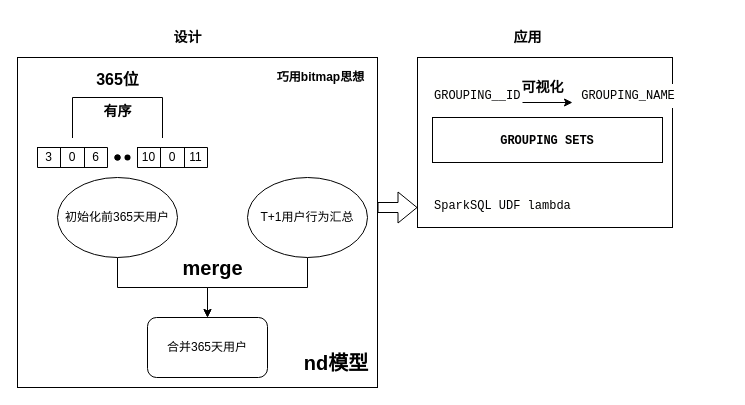
The draw.io diagram nd模型原理图.drawio in mineminemine123/work-wiki, before the edit. Source tidied: cells renumbered, new cells numbered last; positions are measured from the earlier drawing's top-left corner, leaving out a move shared by most shapes. Both pictures are drawn from the tidied source at 100%, with x=0, y=0 at pixel (17, 17).
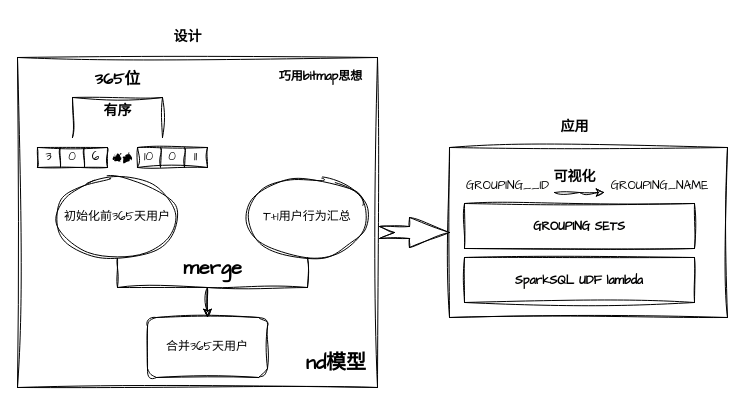
After the change.

Commit message:
更新nd模型原理图.drawio

What changed in the source:
```diff
@@
-    <mxCell id="2" style="rounded=0;whiteSpace=wrap;html=1;fontSize=14;fontColor=#000000;" parent="1" vertex="1">
-      <mxGeometry x="400" y="40" width="255" height="170" as="geometry" />
+    <mxCell id="2" style="rounded=0;whiteSpace=wrap;html=1;fontSize=14;fontColor=#000000;fontFamily=Comic Sans MS;sketch=1;curveFitting=1;jiggle=2;" parent="1" vertex="1">
+      <mxGeometry x="432" y="130" width="278" height="170" as="geometry" />
     </mxCell>
-    <mxCell id="3" style="rounded=0;whiteSpace=wrap;html=1;" parent="1" vertex="1">
+    <mxCell id="3" style="rounded=0;whiteSpace=wrap;html=1;fontFamily=Comic Sans MS;sketch=1;curveFitting=1;jiggle=2;" parent="1" vertex="1">
       <mxGeometry y="40" width="360" height="330" as="geometry" />
     </mxCell>
-    <mxCell id="4" style="edgeStyle=orthogonalEdgeStyle;rounded=0;jettySize=auto;html=1;exitX=0.5;exitY=1;exitDx=0;exitDy=0;" parent="1" edge="1" source="5" target="23">
+    <mxCell id="4" style="edgeStyle=orthogonalEdgeStyle;rounded=0;jettySize=auto;html=1;exitX=0.5;exitY=1;exitDx=0;exitDy=0;fontFamily=Comic Sans MS;sketch=1;curveFitting=1;jiggle=2;" parent="1" edge="1" source="5" target="23">
       <mxGeometry relative="1" as="geometry" />
     </mxCell>
-    <mxCell id="5" value="初始化前365天用户" style="ellipse;whiteSpace=wrap;html=1;" parent="1" vertex="1">
+    <mxCell id="5" value="初始化前365天用户" style="ellipse;whiteSpace=wrap;html=1;fontFamily=Comic Sans MS;sketch=1;curveFitting=1;jiggle=2;" parent="1" vertex="1">
       <mxGeometry x="40" y="160" width="120" height="80" as="geometry" />
     </mxCell>
-    <mxCell id="6" style="edgeStyle=orthogonalEdgeStyle;rounded=0;jettySize=auto;html=1;exitX=0.5;exitY=1;exitDx=0;exitDy=0;entryX=0.5;entryY=0;entryDx=0;entryDy=0;" parent="1" edge="1" source="7" target="23">
+    <mxCell id="6" style="edgeStyle=orthogonalEdgeStyle;rounded=0;jettySize=auto;html=1;exitX=0.5;exitY=1;exitDx=0;exitDy=0;entryX=0.5;entryY=0;entryDx=0;entryDy=0;fontFamily=Comic Sans MS;sketch=1;curveFitting=1;jiggle=2;" parent="1" edge="1" source="7" target="23">
       <mxGeometry relative="1" as="geometry" />
     </mxCell>
-    <mxCell id="7" value="T+1用户行为汇总" style="ellipse;whiteSpace=wrap;html=1;" parent="1" vertex="1">
+    <mxCell id="7" value="T+1用户行为汇总" style="ellipse;whiteSpace=wrap;html=1;fontFamily=Comic Sans MS;sketch=1;curveFitting=1;jiggle=2;" parent="1" vertex="1">
       <mxGeometry x="230" y="160" width="120" height="80" as="geometry" />
     </mxCell>
-    <mxCell id="8" style="shape=table;html=1;whiteSpace=wrap;startSize=0;childLayout=tableLayout;" parent="1" vertex="1">
+    <mxCell id="8" style="shape=table;html=1;whiteSpace=wrap;startSize=0;childLayout=tableLayout;fontFamily=Comic Sans MS;sketch=1;curveFitting=1;jiggle=2;" parent="1" vertex="1">
       <mxGeometry x="20" y="130" width="70" height="20" as="geometry" />
     </mxCell>
-    <mxCell id="9" style="shape=tableRow;horizontal=0;startSize=0;swimlaneHead=0;swimlaneBody=0;top=0;left=0;bottom=0;right=0;fillColor=none;" parent="8" vertex="1">
+    <mxCell id="9" style="shape=tableRow;horizontal=0;startSize=0;swimlaneHead=0;swimlaneBody=0;top=0;left=0;bottom=0;right=0;fillColor=none;fontFamily=Comic Sans MS;sketch=1;curveFitting=1;jiggle=2;" parent="8" vertex="1">
       <mxGeometry width="70" height="20" as="geometry" />
     </mxCell>
-    <mxCell id="10" value="3" style="shape=partialRectangle;html=1;whiteSpace=wrap;fillColor=none;top=0;left=0;bottom=0;right=0;overflow=hidden;" parent="9" vertex="1">
+    <mxCell id="10" value="3" style="shape=partialRectangle;html=1;whiteSpace=wrap;fillColor=none;top=0;left=0;bottom=0;right=0;overflow=hidden;fontFamily=Comic Sans MS;sketch=1;curveFitting=1;jiggle=2;" parent="9" vertex="1">
       <mxGeometry width="23" height="20" as="geometry" />
     </mxCell>
-    <mxCell id="11" value="0" style="shape=partialRectangle;html=1;whiteSpace=wrap;fillColor=none;top=0;left=0;bottom=0;right=0;overflow=hidden;" parent="9" vertex="1">
+    <mxCell id="11" value="0" style="shape=partialRectangle;html=1;whiteSpace=wrap;fillColor=none;top=0;left=0;bottom=0;right=0;overflow=hidden;fontFamily=Comic Sans MS;sketch=1;curveFitting=1;jiggle=2;" parent="9" vertex="1">
       <mxGeometry x="23" width="24" height="20" as="geometry" />
     </mxCell>
-    <mxCell id="12" value="6" style="shape=partialRectangle;html=1;whiteSpace=wrap;fillColor=none;top=0;left=0;bottom=0;right=0;overflow=hidden;" parent="9" vertex="1">
+    <mxCell id="12" value="6" style="shape=partialRectangle;html=1;whiteSpace=wrap;fillColor=none;top=0;left=0;bottom=0;right=0;overflow=hidden;fontFamily=Comic Sans MS;sketch=1;curveFitting=1;jiggle=2;" parent="9" vertex="1">
       <mxGeometry x="47" width="23" height="20" as="geometry" />
     </mxCell>
-    <mxCell id="13" style="shape=table;html=1;whiteSpace=wrap;startSize=0;childLayout=tableLayout;" parent="1" vertex="1">
+    <mxCell id="13" style="shape=table;html=1;whiteSpace=wrap;startSize=0;childLayout=tableLayout;fontFamily=Comic Sans MS;sketch=1;curveFitting=1;jiggle=2;" parent="1" vertex="1">
       <mxGeometry x="120" y="130" width="70" height="20" as="geometry" />
     </mxCell>
-    <mxCell id="14" style="shape=tableRow;horizontal=0;startSize=0;swimlaneHead=0;swimlaneBody=0;top=0;left=0;bottom=0;right=0;fillColor=none;" parent="13" vertex="1">
+    <mxCell id="14" style="shape=tableRow;horizontal=0;startSize=0;swimlaneHead=0;swimlaneBody=0;top=0;left=0;bottom=0;right=0;fillColor=none;fontFamily=Comic Sans MS;sketch=1;curveFitting=1;jiggle=2;" parent="13" vertex="1">
       <mxGeometry width="70" height="20" as="geometry" />
     </mxCell>
-    <mxCell id="15" value="10" style="shape=partialRectangle;html=1;whiteSpace=wrap;fillColor=none;top=0;left=0;bottom=0;right=0;overflow=hidden;" parent="14" vertex="1">
+    <mxCell id="15" value="10" style="shape=partialRectangle;html=1;whiteSpace=wrap;fillColor=none;top=0;left=0;bottom=0;right=0;overflow=hidden;fontFamily=Comic Sans MS;sketch=1;curveFitting=1;jiggle=2;" parent="14" vertex="1">
       <mxGeometry width="23" height="20" as="geometry" />
     </mxCell>
-    <mxCell id="16" value="0" style="shape=partialRectangle;html=1;whiteSpace=wrap;fillColor=none;top=0;left=0;bottom=0;right=0;overflow=hidden;" parent="14" vertex="1">
+    <mxCell id="16" value="0" style="shape=partialRectangle;html=1;whiteSpace=wrap;fillColor=none;top=0;left=0;bottom=0;right=0;overflow=hidden;fontFamily=Comic Sans MS;sketch=1;curveFitting=1;jiggle=2;" parent="14" vertex="1">
       <mxGeometry x="23" width="24" height="20" as="geometry" />
     </mxCell>
-    <mxCell id="17" value="11" style="shape=partialRectangle;html=1;whiteSpace=wrap;fillColor=none;top=0;left=0;bottom=0;right=0;overflow=hidden;" parent="14" vertex="1">
+    <mxCell id="17" value="11" style="shape=partialRectangle;html=1;whiteSpace=wrap;fillColor=none;top=0;left=0;bottom=0;right=0;overflow=hidden;fontFamily=Comic Sans MS;sketch=1;curveFitting=1;jiggle=2;" parent="14" vertex="1">
       <mxGeometry x="47" width="23" height="20" as="geometry" />
     </mxCell>
-    <mxCell id="18" value="&lt;font style=&quot;font-size: 16px;&quot;&gt;365位&lt;/font&gt;" style="text;strokeColor=none;fillColor=none;html=1;fontSize=20;fontStyle=1;verticalAlign=middle;align=center;" parent="1" vertex="1">
+    <mxCell id="18" value="&lt;font style=&quot;font-size: 16px;&quot;&gt;365位&lt;/font&gt;" style="text;strokeColor=none;fillColor=none;html=1;fontSize=20;fontStyle=1;verticalAlign=middle;align=center;fontFamily=Comic Sans MS;sketch=1;curveFitting=1;jiggle=2;" parent="1" vertex="1">
       <mxGeometry x="50" y="40" width="100" height="40" as="geometry" />
     </mxCell>
-    <mxCell id="19" style="shape=waypoint;sketch=0;fillStyle=solid;size=6;fillColor=none;perimeter=centerPerimeter;" parent="1" vertex="1">
+    <mxCell id="19" style="shape=waypoint;fillStyle=solid;size=6;fillColor=none;perimeter=centerPerimeter;fontFamily=Comic Sans MS;sketch=1;curveFitting=1;jiggle=2;" parent="1" vertex="1">
       <mxGeometry x="80" y="120" width="40" height="40" as="geometry" />
     </mxCell>
-    <mxCell id="20" style="shape=waypoint;sketch=0;fillStyle=solid;size=6;fillColor=none;perimeter=centerPerimeter;" parent="1" vertex="1">
+    <mxCell id="20" style="shape=waypoint;fillStyle=solid;size=6;fillColor=none;perimeter=centerPerimeter;fontFamily=Comic Sans MS;sketch=1;curveFitting=1;jiggle=2;" parent="1" vertex="1">
       <mxGeometry x="90" y="120" width="40" height="40" as="geometry" />
     </mxCell>
-    <mxCell id="21" style="shape=waypoint;sketch=0;fillStyle=solid;size=6;fillColor=none;perimeter=centerPerimeter;" parent="1" vertex="1">
+    <mxCell id="21" style="shape=waypoint;fillStyle=solid;size=6;fillColor=none;perimeter=centerPerimeter;strokeWidth=0;dashed=1;fontFamily=Comic Sans MS;sketch=1;curveFitting=1;jiggle=2;" parent="1" vertex="1">
       <mxGeometry x="80" y="120" width="40" height="40" as="geometry" />
     </mxCell>
-    <mxCell id="22" value="merge" style="text;strokeColor=none;fillColor=none;html=1;fontSize=20;fontStyle=1;verticalAlign=middle;align=center;" parent="1" vertex="1">
+    <mxCell id="22" value="merge" style="text;strokeColor=none;fillColor=none;html=1;fontSize=20;fontStyle=1;verticalAlign=middle;align=center;fontFamily=Comic Sans MS;sketch=1;curveFitting=1;jiggle=2;" parent="1" vertex="1">
       <mxGeometry x="145" y="230" width="100" height="40" as="geometry" />
     </mxCell>
-    <mxCell id="23" value="&lt;span&gt;合并365天用户&lt;/span&gt;" style="rounded=1;whiteSpace=wrap;html=1;" parent="1" vertex="1">
+    <mxCell id="23" value="&lt;span&gt;合并365天用户&lt;/span&gt;" style="rounded=1;whiteSpace=wrap;html=1;fontFamily=Comic Sans MS;sketch=1;curveFitting=1;jiggle=2;" parent="1" vertex="1">
       <mxGeometry x="130" y="300" width="120" height="60" as="geometry" />
     </mxCell>
-    <mxCell id="24" value="巧用bitmap思想" style="text;html=1;strokeColor=none;fillColor=none;align=center;verticalAlign=middle;whiteSpace=wrap;rounded=0;fontStyle=1;" parent="1" vertex="1">
+    <mxCell id="24" value="巧用bitmap思想" style="text;html=1;strokeColor=none;fillColor=none;align=center;verticalAlign=middle;whiteSpace=wrap;rounded=0;fontStyle=1;fontFamily=Comic Sans MS;sketch=1;curveFitting=1;jiggle=2;" parent="1" vertex="1">
       <mxGeometry x="257" y="45" width="93" height="30" as="geometry" />
     </mxCell>
-    <mxCell id="25" value="&lt;b&gt;nd模型&lt;/b&gt;" style="text;html=1;strokeColor=none;fillColor=none;align=center;verticalAlign=middle;whiteSpace=wrap;rounded=0;fontSize=20;" parent="1" vertex="1">
+    <mxCell id="25" value="&lt;b&gt;&lt;font&gt;nd模型&lt;/font&gt;&lt;/b&gt;" style="text;html=1;strokeColor=none;fillColor=none;align=center;verticalAlign=middle;whiteSpace=wrap;rounded=0;fontSize=20;fontFamily=Comic Sans MS;sketch=1;curveFitting=1;jiggle=2;" parent="1" vertex="1">
       <mxGeometry x="284" y="330" width="70" height="30" as="geometry" />
     </mxCell>
-    <mxCell id="26" style="shape=partialRectangle;whiteSpace=wrap;html=1;bottom=1;right=1;left=1;top=0;fillColor=none;routingCenterX=-0.5;rotation=-180;" parent="1" vertex="1">
+    <mxCell id="26" style="shape=partialRectangle;whiteSpace=wrap;html=1;bottom=1;right=1;left=1;top=0;fillColor=none;routingCenterX=-0.5;rotation=-180;fontFamily=Comic Sans MS;sketch=1;curveFitting=1;jiggle=2;" parent="1" vertex="1">
       <mxGeometry x="55" y="80" width="90" height="40" as="geometry" />
     </mxCell>
-    <mxCell id="27" value="&lt;font style=&quot;font-size: 14px;&quot;&gt;有序&lt;/font&gt;" style="text;strokeColor=none;fillColor=none;html=1;fontSize=20;fontStyle=1;verticalAlign=middle;align=center;" parent="1" vertex="1">
+    <mxCell id="27" value="&lt;font style=&quot;font-size: 14px;&quot;&gt;有序&lt;/font&gt;" style="text;strokeColor=none;fillColor=none;html=1;fontSize=20;fontStyle=1;verticalAlign=middle;align=center;fontFamily=Comic Sans MS;sketch=1;curveFitting=1;jiggle=2;" parent="1" vertex="1">
       <mxGeometry x="50" y="66" width="100" height="50" as="geometry" />
     </mxCell>
-    <mxCell id="28" value="&lt;div style=&quot;background-color: rgb(255, 255, 254); font-family: Consolas, &amp;quot;Courier New&amp;quot;, monospace; line-height: 24px;&quot;&gt;&lt;b&gt;GROUPING&amp;nbsp;SETS&lt;/b&gt;&lt;/div&gt;" style="rounded=0;whiteSpace=wrap;html=1;" parent="1" vertex="1">
-      <mxGeometry x="415" y="100" width="230" height="45" as="geometry" />
+    <mxCell id="28" value="&lt;div style=&quot;background-color: rgb(255, 255, 254); line-height: 24px;&quot;&gt;&lt;b&gt;GROUPING&amp;nbsp;SETS&lt;/b&gt;&lt;/div&gt;" style="rounded=0;whiteSpace=wrap;html=1;fontFamily=Comic Sans MS;sketch=1;curveFitting=1;jiggle=2;" parent="1" vertex="1">
+      <mxGeometry x="447" y="186" width="230" height="45" as="geometry" />
     </mxCell>
-    <mxCell id="29" style="edgeStyle=orthogonalEdgeStyle;rounded=0;jettySize=auto;html=1;fontSize=14;fontColor=#000000;" parent="1" edge="1" source="30" target="31">
-      <mxGeometry relative="1" as="geometry" />
+    <mxCell id="29" style="edgeStyle=orthogonalEdgeStyle;rounded=0;jettySize=auto;html=1;fontSize=14;fontColor=#000000;fontFamily=Comic Sans MS;sketch=1;curveFitting=1;jiggle=2;" parent="1" edge="1" source="30">
+      <mxGeometry relative="1" as="geometry">
+        <mxPoint x="587" y="175" as="targetPoint" />
+      </mxGeometry>
     </mxCell>
-    <mxCell id="30" value="&lt;div style=&quot;color: rgb(0, 0, 0); background-color: rgb(255, 255, 254); font-family: Consolas, &amp;quot;Courier New&amp;quot;, monospace; font-weight: normal; font-size: 12px; line-height: 24px;&quot;&gt;&lt;div&gt;&lt;span style=&quot;color: #000000;&quot;&gt;GROUPING__ID&lt;/span&gt;&lt;/div&gt;&lt;/div&gt;" style="text;whiteSpace=wrap;html=1;fontSize=14;fontColor=#000000;" parent="1" vertex="1">
-      <mxGeometry x="415" y="60" width="90" height="50" as="geometry" />
+    <mxCell id="30" value="&lt;div style=&quot;color: rgb(0, 0, 0); background-color: rgb(255, 255, 254); font-weight: normal; font-size: 12px; line-height: 24px;&quot;&gt;&lt;div&gt;&lt;span style=&quot;color: #000000;&quot;&gt;GROUPING__ID&lt;/span&gt;&lt;/div&gt;&lt;/div&gt;" style="text;whiteSpace=wrap;html=1;fontSize=14;fontColor=#000000;fontFamily=Comic Sans MS;sketch=1;curveFitting=1;jiggle=2;" parent="1" vertex="1">
+      <mxGeometry x="447" y="150" width="90" height="50" as="geometry" />
     </mxCell>
-    <mxCell id="31" value="&lt;div style=&quot;color: rgb(0, 0, 0); background-color: rgb(255, 255, 254); font-family: Consolas, &amp;quot;Courier New&amp;quot;, monospace; font-weight: normal; font-size: 12px; line-height: 24px;&quot;&gt;&lt;div&gt;&lt;span style=&quot;color: #000000;&quot;&gt;&amp;nbsp;&lt;/span&gt;GROUPING_NAME&lt;/div&gt;&lt;/div&gt;" style="text;whiteSpace=wrap;html=1;fontSize=14;fontColor=#000000;" parent="1" vertex="1">
-      <mxGeometry x="555" y="60" width="110" height="50" as="geometry" />
+    <mxCell id="31" value="&lt;div style=&quot;color: rgb(0, 0, 0); background-color: rgb(255, 255, 254); font-weight: normal; font-size: 12px; line-height: 24px;&quot;&gt;&lt;div&gt;&lt;span style=&quot;color: #000000;&quot;&gt;&amp;nbsp;&lt;/span&gt;GROUPING_NAME&lt;/div&gt;&lt;/div&gt;" style="text;whiteSpace=wrap;html=1;fontSize=14;fontColor=#000000;fontFamily=Comic Sans MS;sketch=1;curveFitting=1;jiggle=2;" parent="1" vertex="1">
+      <mxGeometry x="587" y="150" width="110" height="50" as="geometry" />
     </mxCell>
-    <mxCell id="32" value="&lt;div style=&quot;color: rgb(0, 0, 0); background-color: rgb(255, 255, 254); font-family: Consolas, &amp;quot;Courier New&amp;quot;, monospace; font-weight: normal; font-size: 12px; line-height: 24px;&quot;&gt;SparkSQL UDF lambda&lt;/div&gt;" style="text;whiteSpace=wrap;html=1;fontSize=14;fontColor=#000000;" parent="1" vertex="1">
-      <mxGeometry x="415" y="170" width="140" height="50" as="geometry" />
-    </mxCell>
-    <mxCell id="33" value="可视化" style="text;strokeColor=none;fillColor=none;html=1;fontSize=14;fontStyle=1;verticalAlign=middle;align=center;fontColor=#000000;" parent="1" vertex="1">
-      <mxGeometry x="475" y="50" width="100" height="40" as="geometry" />
+    <mxCell id="33" value="可视化" style="text;strokeColor=none;fillColor=none;html=1;fontSize=14;fontStyle=1;verticalAlign=middle;align=center;fontColor=#000000;fontFamily=Comic Sans MS;sketch=1;curveFitting=1;jiggle=2;" parent="1" vertex="1">
+      <mxGeometry x="507" y="140" width="100" height="40" as="geometry" />
     </mxCell>
-    <mxCell id="34" value="设计" style="text;strokeColor=none;fillColor=none;html=1;fontSize=14;fontStyle=1;verticalAlign=middle;align=center;fontColor=#000000;" parent="1" vertex="1">
+    <mxCell id="34" value="设计" style="text;strokeColor=none;fillColor=none;html=1;fontSize=14;fontStyle=1;verticalAlign=middle;align=center;fontColor=#000000;fontFamily=Comic Sans MS;sketch=1;curveFitting=1;jiggle=2;" parent="1" vertex="1">
       <mxGeometry x="120" width="100" height="40" as="geometry" />
     </mxCell>
-    <mxCell id="35" value="应用" style="text;strokeColor=none;fillColor=none;html=1;fontSize=14;fontStyle=1;verticalAlign=middle;align=center;fontColor=#000000;" parent="1" vertex="1">
-      <mxGeometry x="460" width="100" height="40" as="geometry" />
+    <mxCell id="35" value="应用" style="text;strokeColor=none;fillColor=none;html=1;fontSize=14;fontStyle=1;verticalAlign=middle;align=center;fontColor=#000000;fontFamily=Comic Sans MS;sketch=1;curveFitting=1;jiggle=2;" parent="1" vertex="1">
+      <mxGeometry x="507" y="90" width="100" height="40" as="geometry" />
     </mxCell>
-    <mxCell id="36" style="shape=flexArrow;endArrow=classic;html=1;rounded=0;fontSize=14;fontColor=#000000;" parent="1" edge="1">
-      <mxGeometry relative="1" as="geometry">
-        <mxPoint x="360" y="190" as="sourcePoint" />
-        <mxPoint x="400" y="190" as="targetPoint" />
-      </mxGeometry>
-    </mxCell>
+    <mxCell id="37" style="html=1;shadow=0;dashed=0;align=center;verticalAlign=middle;shape=mxgraph.arrows2.arrow;dy=0.6;dx=40;notch=15;fontSize=14;fontColor=#000000;fontFamily=Comic Sans MS;sketch=1;curveFitting=1;jiggle=2;" parent="1" vertex="1">
+      <mxGeometry x="362" y="200" width="70" height="30" as="geometry" />
+    </mxCell>
+    <mxCell id="32" value="&lt;div style=&quot;background-color: rgb(255, 255, 254); line-height: 24px;&quot;&gt;&lt;b style=&quot;border-color: var(--border-color); text-align: left;&quot;&gt;SparkSQL UDF lambda&lt;/b&gt;&lt;br&gt;&lt;/div&gt;" style="rounded=0;whiteSpace=wrap;html=1;fontFamily=Comic Sans MS;sketch=1;curveFitting=1;jiggle=2;" parent="1" vertex="1">
+      <mxGeometry x="447" y="240" width="230" height="45" as="geometry" />
+    </mxCell>
```
